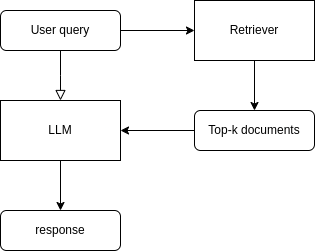
Earlier version of the draw.io export rag.drawio.png (loliTerrorist/shoppingHelper). Source tidied: cells renumbered, new cells last; positions are measured from the earlier drawing's top-left corner, leaving out a move shared by most shapes. Its diagram source:
```xml
<mxGraphModel>
  <root>
    <mxCell id="0" />
    <mxCell id="1" parent="0" />
    <mxCell id="2" style="rounded=0;html=1;jettySize=auto;fontSize=11;endArrow=block;endFill=0;endSize=8;strokeWidth=1;shadow=0;labelBackgroundColor=none;edgeStyle=orthogonalEdgeStyle;" parent="1" edge="1" source="3">
      <mxGeometry relative="1" as="geometry">
        <mxPoint x="60" y="100" as="targetPoint" />
      </mxGeometry>
    </mxCell>
    <mxCell id="3" value="User query" style="rounded=1;whiteSpace=wrap;html=1;fontSize=12;glass=0;strokeWidth=1;shadow=0;" parent="1" vertex="1">
      <mxGeometry y="10" width="120" height="40" as="geometry" />
    </mxCell>
    <mxCell id="4" style="edgeStyle=orthogonalEdgeStyle;rounded=0;jettySize=auto;html=1;" parent="1" edge="1" source="5" target="8">
      <mxGeometry relative="1" as="geometry" />
    </mxCell>
    <mxCell id="5" value="Top-k documents" style="rounded=1;whiteSpace=wrap;html=1;fontSize=12;glass=0;strokeWidth=1;shadow=0;" parent="1" vertex="1">
      <mxGeometry x="194" y="110" width="120" height="40" as="geometry" />
    </mxCell>
    <mxCell id="6" value="response" style="rounded=1;whiteSpace=wrap;html=1;fontSize=12;glass=0;strokeWidth=1;shadow=0;" parent="1" vertex="1">
      <mxGeometry y="210" width="120" height="40" as="geometry" />
    </mxCell>
    <mxCell id="7" style="edgeStyle=orthogonalEdgeStyle;rounded=0;jettySize=auto;html=1;" parent="1" edge="1" source="8" target="6">
      <mxGeometry relative="1" as="geometry" />
    </mxCell>
    <mxCell id="8" value="LLM" style="rounded=0;whiteSpace=wrap;html=1;" parent="1" vertex="1">
      <mxGeometry y="100" width="120" height="60" as="geometry" />
    </mxCell>
    <mxCell id="9" style="edgeStyle=orthogonalEdgeStyle;rounded=0;jettySize=auto;html=1;exitX=0.5;exitY=1;exitDx=0;exitDy=0;entryX=0.5;entryY=0;entryDx=0;entryDy=0;" parent="1" edge="1" source="10" target="5">
      <mxGeometry relative="1" as="geometry" />
    </mxCell>
    <mxCell id="10" value="Retriever" style="rounded=0;whiteSpace=wrap;html=1;" parent="1" vertex="1">
      <mxGeometry x="194" width="120" height="60" as="geometry" />
    </mxCell>
    <mxCell id="11" style="endArrow=classic;html=1;rounded=0;exitX=1;exitY=0.5;exitDx=0;exitDy=0;entryX=0;entryY=0.5;entryDx=0;entryDy=0;" parent="1" edge="1" source="3" target="10">
      <mxGeometry relative="1" as="geometry" />
    </mxCell>
  </root>
</mxGraphModel>
```
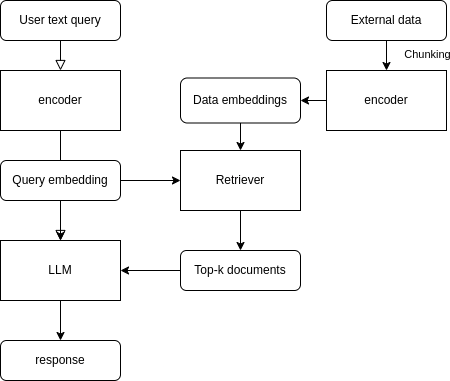
The same diagram one commit later.

What changed in the source:
```diff
@@ -2,37 +2,70 @@
   <root>
     <mxCell id="0" />
     <mxCell id="1" parent="0" />
-    <mxCell id="2" style="rounded=0;html=1;jettySize=auto;fontSize=11;endArrow=block;endFill=0;endSize=8;strokeWidth=1;shadow=0;labelBackgroundColor=none;edgeStyle=orthogonalEdgeStyle;" parent="1" edge="1" source="3">
-      <mxGeometry relative="1" as="geometry">
-        <mxPoint x="60" y="100" as="targetPoint" />
-      </mxGeometry>
+    <mxCell id="2" style="rounded=0;html=1;jettySize=auto;fontSize=11;endArrow=block;endFill=0;endSize=8;strokeWidth=1;shadow=0;labelBackgroundColor=none;edgeStyle=orthogonalEdgeStyle;entryX=0.5;entryY=0;entryDx=0;entryDy=0;" parent="1" edge="1" source="14" target="8">
+      <mxGeometry relative="1" as="geometry" />
     </mxCell>
-    <mxCell id="3" value="User query" style="rounded=1;whiteSpace=wrap;html=1;fontSize=12;glass=0;strokeWidth=1;shadow=0;" parent="1" vertex="1">
-      <mxGeometry y="10" width="120" height="40" as="geometry" />
+    <mxCell id="3" value="User text query" style="rounded=1;whiteSpace=wrap;html=1;fontSize=12;glass=0;strokeWidth=1;shadow=0;" parent="1" vertex="1">
+      <mxGeometry y="-50" width="120" height="40" as="geometry" />
     </mxCell>
-    <mxCell id="4" style="edgeStyle=orthogonalEdgeStyle;rounded=0;jettySize=auto;html=1;" parent="1" edge="1" source="5" target="8">
+    <mxCell id="4" style="edgeStyle=orthogonalEdgeStyle;rounded=0;jettySize=auto;html=1;" parent="1" edge="1" source="16" target="8">
       <mxGeometry relative="1" as="geometry" />
     </mxCell>
+    <mxCell id="12" style="edgeStyle=orthogonalEdgeStyle;rounded=0;jettySize=auto;html=1;entryX=1;entryY=0.5;entryDx=0;entryDy=0;" parent="1" edge="1" source="5" target="8">
+      <mxGeometry relative="1" as="geometry" />
+    </mxCell>
     <mxCell id="5" value="Top-k documents" style="rounded=1;whiteSpace=wrap;html=1;fontSize=12;glass=0;strokeWidth=1;shadow=0;" parent="1" vertex="1">
-      <mxGeometry x="194" y="110" width="120" height="40" as="geometry" />
+      <mxGeometry x="180" y="200" width="120" height="40" as="geometry" />
     </mxCell>
     <mxCell id="6" value="response" style="rounded=1;whiteSpace=wrap;html=1;fontSize=12;glass=0;strokeWidth=1;shadow=0;" parent="1" vertex="1">
-      <mxGeometry y="210" width="120" height="40" as="geometry" />
+      <mxGeometry y="290" width="120" height="40" as="geometry" />
     </mxCell>
     <mxCell id="7" style="edgeStyle=orthogonalEdgeStyle;rounded=0;jettySize=auto;html=1;" parent="1" edge="1" source="8" target="6">
       <mxGeometry relative="1" as="geometry" />
     </mxCell>
     <mxCell id="8" value="LLM" style="rounded=0;whiteSpace=wrap;html=1;" parent="1" vertex="1">
-      <mxGeometry y="100" width="120" height="60" as="geometry" />
+      <mxGeometry y="190" width="120" height="60" as="geometry" />
     </mxCell>
     <mxCell id="9" style="edgeStyle=orthogonalEdgeStyle;rounded=0;jettySize=auto;html=1;exitX=0.5;exitY=1;exitDx=0;exitDy=0;entryX=0.5;entryY=0;entryDx=0;entryDy=0;" parent="1" edge="1" source="10" target="5">
       <mxGeometry relative="1" as="geometry" />
     </mxCell>
     <mxCell id="10" value="Retriever" style="rounded=0;whiteSpace=wrap;html=1;" parent="1" vertex="1">
-      <mxGeometry x="194" width="120" height="60" as="geometry" />
+      <mxGeometry x="180" y="100" width="120" height="60" as="geometry" />
     </mxCell>
-    <mxCell id="11" style="endArrow=classic;html=1;rounded=0;exitX=1;exitY=0.5;exitDx=0;exitDy=0;entryX=0;entryY=0.5;entryDx=0;entryDy=0;" parent="1" edge="1" source="3" target="10">
-      <mxGeometry relative="1" as="geometry" />
-    </mxCell>
+    <mxCell id="13" style="rounded=0;html=1;jettySize=auto;fontSize=11;endArrow=block;endFill=0;endSize=8;strokeWidth=1;shadow=0;labelBackgroundColor=none;edgeStyle=orthogonalEdgeStyle;entryX=0.5;entryY=0;entryDx=0;entryDy=0;" parent="1" edge="1" source="3" target="14">
+      <mxGeometry relative="1" as="geometry" />
+    </mxCell>
+    <mxCell id="14" value="encoder" style="rounded=0;whiteSpace=wrap;html=1;" parent="1" vertex="1">
+      <mxGeometry y="20" width="120" height="60" as="geometry" />
+    </mxCell>
+    <mxCell id="15" style="edgeStyle=orthogonalEdgeStyle;rounded=0;jettySize=auto;html=1;entryX=0;entryY=0.5;entryDx=0;entryDy=0;" parent="1" edge="1" source="16" target="10">
+      <mxGeometry relative="1" as="geometry" />
+    </mxCell>
+    <mxCell id="16" value="Query embedding" style="rounded=1;whiteSpace=wrap;html=1;" parent="1" vertex="1">
+      <mxGeometry y="110" width="120" height="40" as="geometry" />
+    </mxCell>
+    <mxCell id="17" value="External data" style="rounded=1;whiteSpace=wrap;html=1;" parent="1" vertex="1">
+      <mxGeometry x="326" y="-50" width="120" height="40" as="geometry" />
+    </mxCell>
+    <mxCell id="18" style="edgeStyle=orthogonalEdgeStyle;rounded=0;jettySize=auto;html=1;exitX=0.5;exitY=1;exitDx=0;exitDy=0;entryX=0.5;entryY=0;entryDx=0;entryDy=0;" parent="1" edge="1" source="17" target="21">
+      <mxGeometry relative="1" as="geometry" />
+    </mxCell>
+    <mxCell id="19" value="Chunking&lt;div&gt;&lt;br&gt;&lt;/div&gt;" style="edgeLabel;html=1;align=center;verticalAlign=middle;" parent="18" vertex="1">
+      <mxGeometry x="-0.22" y="-2" relative="1" as="geometry">
+        <mxPoint x="42" y="8" as="offset" />
+      </mxGeometry>
+    </mxCell>
+    <mxCell id="20" style="edgeStyle=orthogonalEdgeStyle;rounded=0;jettySize=auto;html=1;entryX=1;entryY=0.5;entryDx=0;entryDy=0;" parent="1" edge="1" source="21" target="23">
+      <mxGeometry relative="1" as="geometry" />
+    </mxCell>
+    <mxCell id="21" value="encoder" style="rounded=0;whiteSpace=wrap;html=1;" parent="1" vertex="1">
+      <mxGeometry x="326" y="20" width="120" height="60" as="geometry" />
+    </mxCell>
+    <mxCell id="22" style="edgeStyle=orthogonalEdgeStyle;rounded=0;jettySize=auto;html=1;exitX=0.5;exitY=1;exitDx=0;exitDy=0;entryX=0.5;entryY=0;entryDx=0;entryDy=0;" parent="1" edge="1" source="23" target="10">
+      <mxGeometry relative="1" as="geometry" />
+    </mxCell>
+    <mxCell id="23" value="Data embeddings" style="rounded=1;whiteSpace=wrap;html=1;" parent="1" vertex="1">
+      <mxGeometry x="180" y="27.5" width="120" height="45" as="geometry" />
+    </mxCell>
   </root>
 </mxGraphModel>
```
